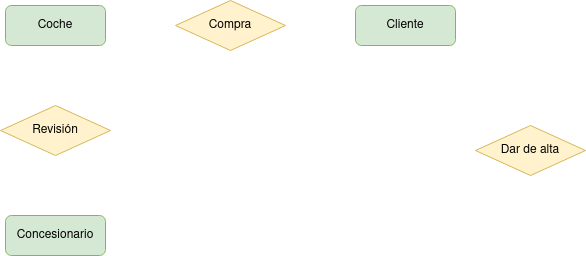
LuisMGlez/base-datos keeps this draw.io diagram as Unidad-1/Tareas/Tarea-5/Ejercicio6.drawio.png. Above is the earlier version. Source tidied: cells renumbered, new cells last; positions are measured from the earlier drawing's top-left corner, leaving out a move shared by most shapes.
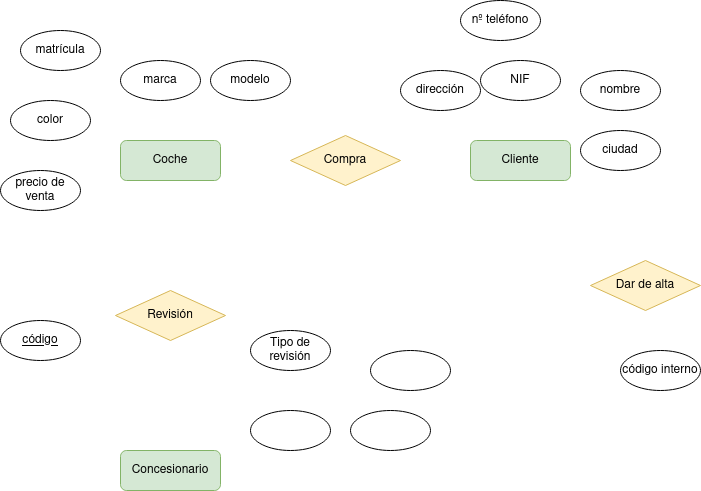
Later version of the same file.

What changed in the source:
```diff
@@ -3,7 +3,7 @@
     <mxCell id="0" />
     <mxCell id="1" parent="0" />
     <mxCell id="2" value="Concesionario" style="rounded=1;whiteSpace=wrap;html=1;fillColor=#d5e8d4;strokeColor=#82b366;" parent="1" vertex="1">
-      <mxGeometry x="5" y="215" width="100" height="40" as="geometry" />
+      <mxGeometry x="5" y="315" width="100" height="40" as="geometry" />
     </mxCell>
     <mxCell id="3" value="Coche" style="rounded=1;whiteSpace=wrap;html=1;fillColor=#d5e8d4;strokeColor=#82b366;" parent="1" vertex="1">
       <mxGeometry x="5" y="5" width="100" height="40" as="geometry" />
@@ -15,10 +15,58 @@
       <mxGeometry x="175" width="110" height="50" as="geometry" />
     </mxCell>
     <mxCell id="6" value="Revisión" style="rhombus;whiteSpace=wrap;html=1;fillColor=#fff2cc;strokeColor=#d6b656;" parent="1" vertex="1">
-      <mxGeometry y="105" width="110" height="50" as="geometry" />
+      <mxGeometry y="155" width="110" height="50" as="geometry" />
     </mxCell>
     <mxCell id="7" value="Dar de alta" style="rhombus;whiteSpace=wrap;html=1;fillColor=#fff2cc;strokeColor=#d6b656;" parent="1" vertex="1">
       <mxGeometry x="475" y="125" width="110" height="50" as="geometry" />
     </mxCell>
+    <mxCell id="8" style="ellipse;whiteSpace=wrap;html=1;" parent="1" vertex="1">
+      <mxGeometry x="135" y="275" width="80" height="40" as="geometry" />
+    </mxCell>
+    <mxCell id="9" style="ellipse;whiteSpace=wrap;html=1;" parent="1" vertex="1">
+      <mxGeometry x="235" y="275" width="80" height="40" as="geometry" />
+    </mxCell>
+    <mxCell id="10" value="código interno" style="ellipse;whiteSpace=wrap;html=1;" parent="1" vertex="1">
+      <mxGeometry x="505" y="215" width="80" height="40" as="geometry" />
+    </mxCell>
+    <mxCell id="11" value="nº teléfono" style="ellipse;whiteSpace=wrap;html=1;" parent="1" vertex="1">
+      <mxGeometry x="345" y="-135" width="80" height="40" as="geometry" />
+    </mxCell>
+    <mxCell id="12" value="ciudad" style="ellipse;whiteSpace=wrap;html=1;" parent="1" vertex="1">
+      <mxGeometry x="465" y="-5" width="80" height="40" as="geometry" />
+    </mxCell>
+    <mxCell id="13" value="dirección" style="ellipse;whiteSpace=wrap;html=1;" parent="1" vertex="1">
+      <mxGeometry x="285" y="-65" width="80" height="40" as="geometry" />
+    </mxCell>
+    <mxCell id="14" value="nombre" style="ellipse;whiteSpace=wrap;html=1;" parent="1" vertex="1">
+      <mxGeometry x="465" y="-65" width="80" height="40" as="geometry" />
+    </mxCell>
+    <mxCell id="15" value="NIF" style="ellipse;whiteSpace=wrap;html=1;" parent="1" vertex="1">
+      <mxGeometry x="365" y="-75" width="80" height="40" as="geometry" />
+    </mxCell>
+    <mxCell id="16" value="precio de venta" style="ellipse;whiteSpace=wrap;html=1;" parent="1" vertex="1">
+      <mxGeometry x="-115" y="35" width="80" height="40" as="geometry" />
+    </mxCell>
+    <mxCell id="17" value="color" style="ellipse;whiteSpace=wrap;html=1;" parent="1" vertex="1">
+      <mxGeometry x="-105" y="-35" width="80" height="40" as="geometry" />
+    </mxCell>
+    <mxCell id="18" value="modelo" style="ellipse;whiteSpace=wrap;html=1;" parent="1" vertex="1">
+      <mxGeometry x="95" y="-75" width="80" height="40" as="geometry" />
+    </mxCell>
+    <mxCell id="19" value="marca" style="ellipse;whiteSpace=wrap;html=1;" parent="1" vertex="1">
+      <mxGeometry x="5" y="-75" width="80" height="40" as="geometry" />
+    </mxCell>
+    <mxCell id="20" value="matrícula" style="ellipse;whiteSpace=wrap;html=1;" parent="1" vertex="1">
+      <mxGeometry x="-95" y="-105" width="80" height="40" as="geometry" />
+    </mxCell>
+    <mxCell id="21" style="ellipse;whiteSpace=wrap;html=1;" parent="1" vertex="1">
+      <mxGeometry x="255" y="215" width="80" height="40" as="geometry" />
+    </mxCell>
+    <mxCell id="22" value="&lt;u&gt;código&lt;/u&gt;" style="ellipse;whiteSpace=wrap;html=1;" parent="1" vertex="1">
+      <mxGeometry x="-115" y="185" width="80" height="40" as="geometry" />
+    </mxCell>
+    <mxCell id="23" value="Tipo de revisión" style="ellipse;whiteSpace=wrap;html=1;" parent="1" vertex="1">
+      <mxGeometry x="135" y="195" width="80" height="40" as="geometry" />
+    </mxCell>
   </root>
 </mxGraphModel>
```
